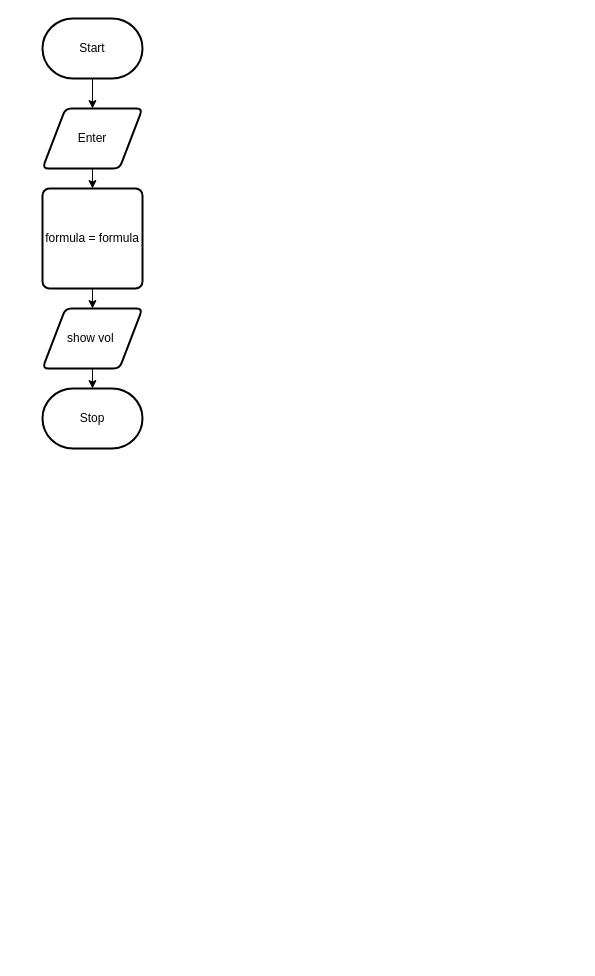
Johanna-liu16/ICS2O-Assignment-4-JS keeps this draw.io diagram as design/flowchart.drawio. Above is the earlier version. Source tidied: cells renumbered, new cells numbered last; positions are measured from the earlier drawing's top-left corner, leaving out a move shared by most shapes. Both pictures are drawn from the tidied source at 100%, with x=0, y=0 at pixel (42, 18).
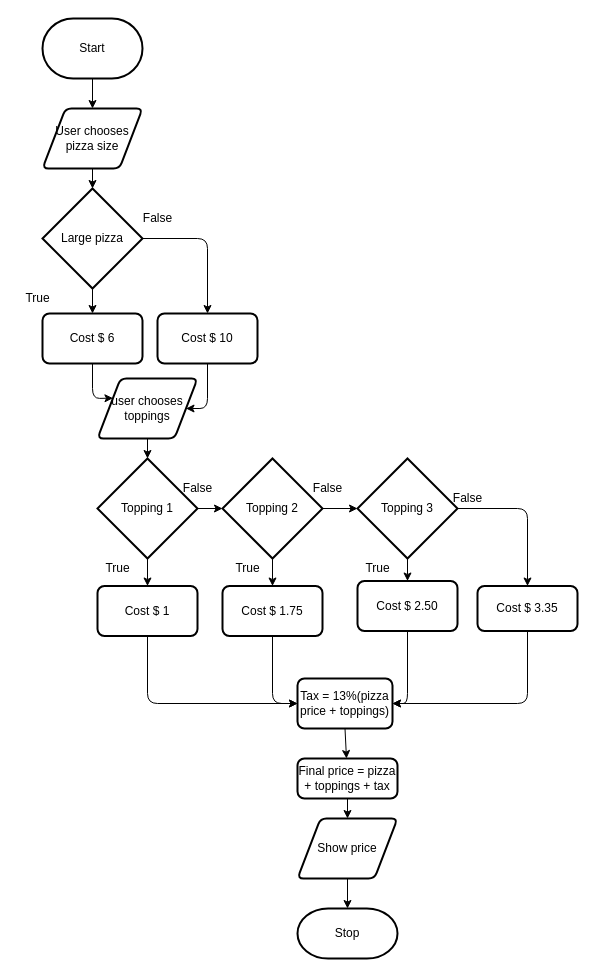
The same diagram, later.

Change to the diagram source:
```diff
@@
-    <mxCell id="4" style="edgeStyle=none;html=1;exitX=0.5;exitY=1;exitDx=0;exitDy=0;" parent="1" edge="1" source="5" target="7">
-      <mxGeometry relative="1" as="geometry" />
-    </mxCell>
+    <mxCell id="11" style="edgeStyle=none;html=1;exitX=0.5;exitY=1;exitDx=0;exitDy=0;" parent="1" edge="1" source="5" target="14">
+      <mxGeometry relative="1" as="geometry" />
+    </mxCell>
-    <mxCell id="5" value="Enter" style="shape=parallelogram;html=1;strokeWidth=2;perimeter=parallelogramPerimeter;whiteSpace=wrap;rounded=1;arcSize=12;size=0.23;" parent="1" vertex="1">
+    <mxCell id="5" value="User chooses pizza size" style="shape=parallelogram;html=1;strokeWidth=2;perimeter=parallelogramPerimeter;whiteSpace=wrap;rounded=1;arcSize=12;size=0.23;" parent="1" vertex="1">
       <mxGeometry y="90" width="100" height="60" as="geometry" />
     </mxCell>
-    <mxCell id="6" style="edgeStyle=none;html=1;exitX=0.5;exitY=1;exitDx=0;exitDy=0;" parent="1" edge="1" source="7" target="9">
-      <mxGeometry relative="1" as="geometry" />
-    </mxCell>
-    <mxCell id="7" value="formula = formula" style="rounded=1;whiteSpace=wrap;html=1;absoluteArcSize=1;arcSize=14;strokeWidth=2;" parent="1" vertex="1">
-      <mxGeometry y="170" width="100" height="100" as="geometry" />
-    </mxCell>
-    <mxCell id="8" style="edgeStyle=none;html=1;exitX=0.5;exitY=1;exitDx=0;exitDy=0;entryX=0.5;entryY=0;entryDx=0;entryDy=0;entryPerimeter=0;" parent="1" edge="1" source="9" target="10">
-      <mxGeometry relative="1" as="geometry" />
-    </mxCell>
-    <mxCell id="9" value="show vol&amp;nbsp;" style="shape=parallelogram;html=1;strokeWidth=2;perimeter=parallelogramPerimeter;whiteSpace=wrap;rounded=1;arcSize=12;size=0.23;" parent="1" vertex="1">
-      <mxGeometry y="290" width="100" height="60" as="geometry" />
-    </mxCell>
+    <mxCell id="12" style="edgeStyle=none;html=1;exitX=1;exitY=0.5;exitDx=0;exitDy=0;exitPerimeter=0;entryX=0.5;entryY=0;entryDx=0;entryDy=0;" parent="1" edge="1" source="14" target="37">
+      <mxGeometry relative="1" as="geometry">
+        <Array as="points">
+          <mxPoint x="165" y="220" />
+        </Array>
+      </mxGeometry>
+    </mxCell>
+    <mxCell id="13" style="edgeStyle=none;html=1;exitX=0.5;exitY=1;exitDx=0;exitDy=0;exitPerimeter=0;" parent="1" edge="1" source="14" target="35">
+      <mxGeometry relative="1" as="geometry" />
+    </mxCell>
+    <mxCell id="14" value="Large pizza" style="strokeWidth=2;html=1;shape=mxgraph.flowchart.decision;whiteSpace=wrap;" parent="1" vertex="1">
+      <mxGeometry y="170" width="100" height="100" as="geometry" />
+    </mxCell>
+    <mxCell id="15" value="True" style="text;html=1;align=center;verticalAlign=middle;strokeColor=none;fillColor=none;" parent="1" vertex="1">
+      <mxGeometry x="-25" y="270" width="40" height="20" as="geometry" />
+    </mxCell>
+    <mxCell id="16" value="False" style="text;html=1;align=center;verticalAlign=middle;strokeColor=none;fillColor=none;" parent="1" vertex="1">
+      <mxGeometry x="90" y="190" width="50" height="20" as="geometry" />
+    </mxCell>
+    <mxCell id="17" style="edgeStyle=none;html=1;exitX=0.5;exitY=1;exitDx=0;exitDy=0;entryX=0.5;entryY=0;entryDx=0;entryDy=0;entryPerimeter=0;" parent="1" edge="1" source="18" target="21">
+      <mxGeometry relative="1" as="geometry" />
+    </mxCell>
+    <mxCell id="18" value="user chooses toppings" style="shape=parallelogram;html=1;strokeWidth=2;perimeter=parallelogramPerimeter;whiteSpace=wrap;rounded=1;arcSize=12;size=0.23;" parent="1" vertex="1">
+      <mxGeometry x="55" y="360" width="100" height="60" as="geometry" />
+    </mxCell>
+    <mxCell id="19" style="edgeStyle=none;html=1;exitX=1;exitY=0.5;exitDx=0;exitDy=0;exitPerimeter=0;" parent="1" edge="1" source="21" target="24">
+      <mxGeometry relative="1" as="geometry" />
+    </mxCell>
+    <mxCell id="20" style="edgeStyle=none;html=1;exitX=0.5;exitY=1;exitDx=0;exitDy=0;exitPerimeter=0;" parent="1" edge="1" source="21" target="39">
+      <mxGeometry relative="1" as="geometry" />
+    </mxCell>
+    <mxCell id="21" value="Topping 1" style="strokeWidth=2;html=1;shape=mxgraph.flowchart.decision;whiteSpace=wrap;" parent="1" vertex="1">
+      <mxGeometry x="55" y="440" width="100" height="100" as="geometry" />
+    </mxCell>
+    <mxCell id="22" style="edgeStyle=none;html=1;exitX=1;exitY=0.5;exitDx=0;exitDy=0;exitPerimeter=0;" parent="1" edge="1" source="24" target="27">
+      <mxGeometry relative="1" as="geometry" />
+    </mxCell>
+    <mxCell id="23" style="edgeStyle=none;html=1;exitX=0.5;exitY=1;exitDx=0;exitDy=0;exitPerimeter=0;entryX=0.5;entryY=0;entryDx=0;entryDy=0;" parent="1" edge="1" source="24" target="41">
+      <mxGeometry relative="1" as="geometry" />
+    </mxCell>
+    <mxCell id="24" value="Topping 2" style="strokeWidth=2;html=1;shape=mxgraph.flowchart.decision;whiteSpace=wrap;" parent="1" vertex="1">
+      <mxGeometry x="180" y="440" width="100" height="100" as="geometry" />
+    </mxCell>
+    <mxCell id="25" style="edgeStyle=none;html=1;exitX=0.5;exitY=1;exitDx=0;exitDy=0;exitPerimeter=0;" parent="1" edge="1" source="27" target="43">
+      <mxGeometry relative="1" as="geometry" />
+    </mxCell>
+    <mxCell id="26" style="edgeStyle=none;html=1;exitX=1;exitY=0.5;exitDx=0;exitDy=0;exitPerimeter=0;entryX=0.5;entryY=0;entryDx=0;entryDy=0;" parent="1" edge="1" source="27" target="45">
+      <mxGeometry relative="1" as="geometry">
+        <Array as="points">
+          <mxPoint x="485" y="490" />
+        </Array>
+      </mxGeometry>
+    </mxCell>
+    <mxCell id="27" value="Topping 3" style="strokeWidth=2;html=1;shape=mxgraph.flowchart.decision;whiteSpace=wrap;" parent="1" vertex="1">
+      <mxGeometry x="315" y="440" width="100" height="100" as="geometry" />
+    </mxCell>
+    <mxCell id="28" value="True" style="text;html=1;align=center;verticalAlign=middle;strokeColor=none;fillColor=none;" parent="1" vertex="1">
+      <mxGeometry x="55" y="540" width="40" height="20" as="geometry" />
+    </mxCell>
+    <mxCell id="29" value="False" style="text;html=1;align=center;verticalAlign=middle;strokeColor=none;fillColor=none;" parent="1" vertex="1">
+      <mxGeometry x="130" y="460" width="50" height="20" as="geometry" />
+    </mxCell>
+    <mxCell id="30" value="True" style="text;html=1;align=center;verticalAlign=middle;strokeColor=none;fillColor=none;" parent="1" vertex="1">
+      <mxGeometry x="185" y="540" width="40" height="20" as="geometry" />
+    </mxCell>
+    <mxCell id="31" value="False" style="text;html=1;align=center;verticalAlign=middle;strokeColor=none;fillColor=none;" parent="1" vertex="1">
+      <mxGeometry x="260" y="460" width="50" height="20" as="geometry" />
+    </mxCell>
+    <mxCell id="32" value="True" style="text;html=1;align=center;verticalAlign=middle;strokeColor=none;fillColor=none;" parent="1" vertex="1">
+      <mxGeometry x="315" y="540" width="40" height="20" as="geometry" />
+    </mxCell>
+    <mxCell id="33" value="False" style="text;html=1;align=center;verticalAlign=middle;strokeColor=none;fillColor=none;" parent="1" vertex="1">
+      <mxGeometry x="400" y="470" width="50" height="20" as="geometry" />
+    </mxCell>
+    <mxCell id="34" style="edgeStyle=none;html=1;entryX=0;entryY=0.25;entryDx=0;entryDy=0;" parent="1" edge="1" source="35" target="18">
+      <mxGeometry relative="1" as="geometry">
+        <Array as="points">
+          <mxPoint x="50" y="380" />
+        </Array>
+      </mxGeometry>
+    </mxCell>
+    <mxCell id="35" value="Cost $ 6" style="rounded=1;whiteSpace=wrap;html=1;absoluteArcSize=1;arcSize=14;strokeWidth=2;" parent="1" vertex="1">
+      <mxGeometry y="295" width="100" height="50" as="geometry" />
+    </mxCell>
+    <mxCell id="36" style="edgeStyle=none;html=1;exitX=0.5;exitY=1;exitDx=0;exitDy=0;entryX=1;entryY=0.5;entryDx=0;entryDy=0;" parent="1" edge="1" source="37" target="18">
+      <mxGeometry relative="1" as="geometry">
+        <Array as="points">
+          <mxPoint x="165" y="390" />
+        </Array>
+      </mxGeometry>
+    </mxCell>
+    <mxCell id="37" value="Cost $ 10" style="rounded=1;whiteSpace=wrap;html=1;absoluteArcSize=1;arcSize=14;strokeWidth=2;" parent="1" vertex="1">
+      <mxGeometry x="115" y="295" width="100" height="50" as="geometry" />
+    </mxCell>
+    <mxCell id="38" style="edgeStyle=none;html=1;entryX=0;entryY=0.5;entryDx=0;entryDy=0;" parent="1" edge="1" source="39" target="49">
+      <mxGeometry relative="1" as="geometry">
+        <Array as="points">
+          <mxPoint x="105" y="685" />
+        </Array>
+      </mxGeometry>
+    </mxCell>
+    <mxCell id="39" value="Cost $ 1" style="rounded=1;whiteSpace=wrap;html=1;absoluteArcSize=1;arcSize=14;strokeWidth=2;" parent="1" vertex="1">
+      <mxGeometry x="55" y="567.5" width="100" height="50" as="geometry" />
+    </mxCell>
+    <mxCell id="40" style="edgeStyle=none;html=1;exitX=0.5;exitY=1;exitDx=0;exitDy=0;entryX=0;entryY=0.5;entryDx=0;entryDy=0;" parent="1" edge="1" source="41" target="49">
+      <mxGeometry relative="1" as="geometry">
+        <Array as="points">
+          <mxPoint x="230" y="685" />
+        </Array>
+      </mxGeometry>
+    </mxCell>
+    <mxCell id="41" value="Cost $ 1.75" style="rounded=1;whiteSpace=wrap;html=1;absoluteArcSize=1;arcSize=14;strokeWidth=2;" parent="1" vertex="1">
+      <mxGeometry x="180" y="567.5" width="100" height="50" as="geometry" />
+    </mxCell>
+    <mxCell id="42" style="edgeStyle=none;html=1;exitX=0.5;exitY=1;exitDx=0;exitDy=0;entryX=1;entryY=0.5;entryDx=0;entryDy=0;" parent="1" edge="1" source="43" target="49">
+      <mxGeometry relative="1" as="geometry">
+        <Array as="points">
+          <mxPoint x="365" y="685" />
+        </Array>
+      </mxGeometry>
+    </mxCell>
+    <mxCell id="43" value="Cost $ 2.50" style="rounded=1;whiteSpace=wrap;html=1;absoluteArcSize=1;arcSize=14;strokeWidth=2;" parent="1" vertex="1">
+      <mxGeometry x="315" y="562.5" width="100" height="50" as="geometry" />
+    </mxCell>
+    <mxCell id="44" style="edgeStyle=none;html=1;exitX=0.5;exitY=1;exitDx=0;exitDy=0;entryX=1;entryY=0.5;entryDx=0;entryDy=0;" parent="1" edge="1" source="45" target="49">
+      <mxGeometry relative="1" as="geometry">
+        <Array as="points">
+          <mxPoint x="485" y="685" />
+        </Array>
+      </mxGeometry>
+    </mxCell>
+    <mxCell id="45" value="Cost $ 3.35" style="rounded=1;whiteSpace=wrap;html=1;absoluteArcSize=1;arcSize=14;strokeWidth=2;" parent="1" vertex="1">
+      <mxGeometry x="435" y="567.5" width="100" height="45" as="geometry" />
+    </mxCell>
+    <mxCell id="46" style="edgeStyle=none;html=1;exitX=0.5;exitY=1;exitDx=0;exitDy=0;entryX=0.5;entryY=0;entryDx=0;entryDy=0;entryPerimeter=0;" parent="1" edge="1" source="47" target="10">
+      <mxGeometry relative="1" as="geometry" />
+    </mxCell>
+    <mxCell id="47" value="Show price" style="shape=parallelogram;html=1;strokeWidth=2;perimeter=parallelogramPerimeter;whiteSpace=wrap;rounded=1;arcSize=12;size=0.23;" parent="1" vertex="1">
+      <mxGeometry x="255" y="800" width="100" height="60" as="geometry" />
+    </mxCell>
+    <mxCell id="48" style="edgeStyle=none;html=1;exitX=0.5;exitY=1;exitDx=0;exitDy=0;" parent="1" edge="1" source="49" target="51">
+      <mxGeometry relative="1" as="geometry" />
+    </mxCell>
+    <mxCell id="49" value="Tax = 13%(pizza price + toppings)" style="rounded=1;whiteSpace=wrap;html=1;absoluteArcSize=1;arcSize=14;strokeWidth=2;" parent="1" vertex="1">
+      <mxGeometry x="255" y="660" width="95" height="50" as="geometry" />
+    </mxCell>
+    <mxCell id="50" style="edgeStyle=none;html=1;exitX=0.5;exitY=1;exitDx=0;exitDy=0;" parent="1" edge="1" source="51" target="47">
+      <mxGeometry relative="1" as="geometry" />
+    </mxCell>
+    <mxCell id="51" value="Final price = pizza + toppings + tax" style="rounded=1;whiteSpace=wrap;html=1;absoluteArcSize=1;arcSize=14;strokeWidth=2;" parent="1" vertex="1">
+      <mxGeometry x="255" y="740" width="100" height="40" as="geometry" />
+    </mxCell>
     <mxCell id="10" value="Stop" style="strokeWidth=2;html=1;shape=mxgraph.flowchart.terminator;whiteSpace=wrap;" parent="1" vertex="1">
-      <mxGeometry y="370" width="100" height="60" as="geometry" />
+      <mxGeometry x="255" y="890" width="100" height="50" as="geometry" />
     </mxCell>
```
